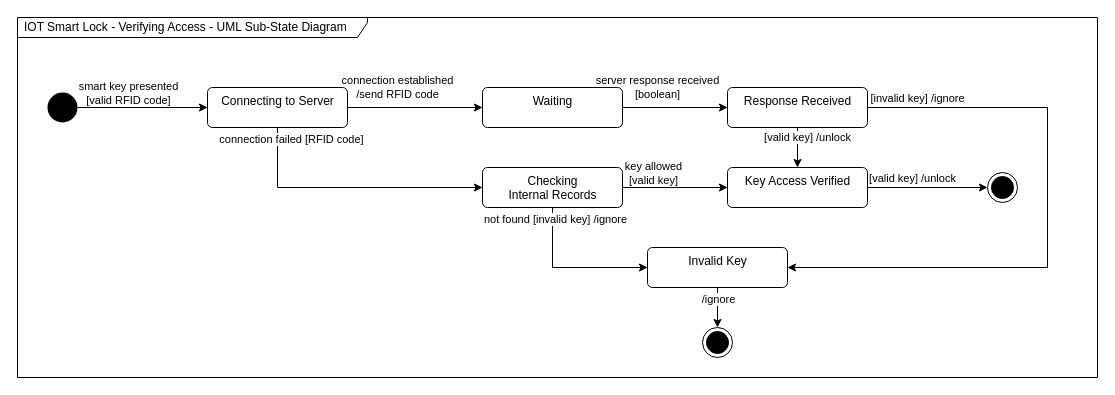
The draw.io diagram page "Verifying Access" (3 of 4) of docs/diagrams/state-machine-diagram-storage-unit.drawio in Nguyen-Van-Gia-Binh/Self-Storage-Facility-Rental-and-Management-System, before the edit. Source tidied: cells renumbered, new cells numbered last; positions are measured from the earlier drawing's top-left corner, leaving out a move shared by most shapes. Both pictures are drawn from the tidied source at 100%, with x=0, y=0 at pixel (17, 17).
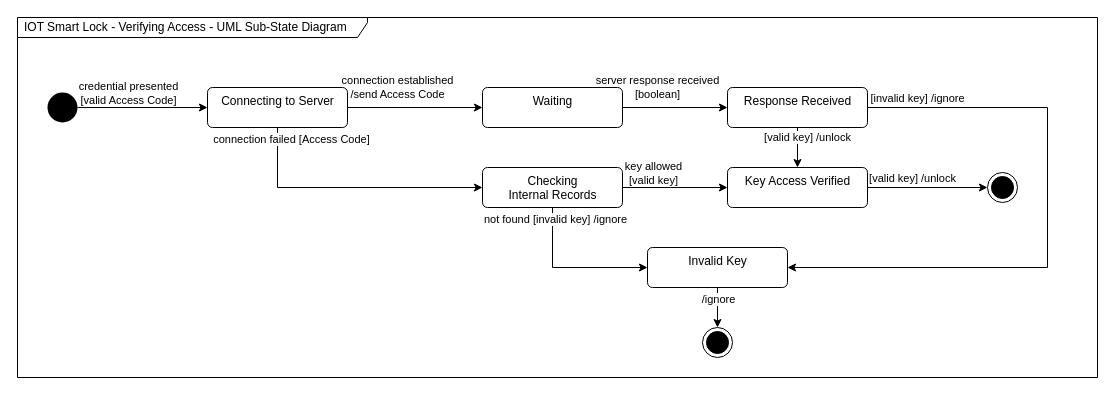
The same page after the edit.

The change refers to these unchanged cells:
```xml
<mxCell id="5" style="edgeStyle=orthogonalEdgeStyle;rounded=0;jettySize=auto;html=1;" parent="1" edge="1" source="7" target="20">
  <mxGeometry relative="1" as="geometry">
    <Array as="points">
      <mxPoint x="260" y="170" />
    </Array>
  </mxGeometry>
</mxCell>
<mxCell id="7" value="Connecting to Server" style="html=1;align=center;verticalAlign=top;rounded=1;absoluteArcSize=1;arcSize=10;dashed=0;" parent="1" vertex="1">
  <mxGeometry x="190" y="70" width="140" height="40" as="geometry" />
</mxCell>
<mxCell id="8" style="edgeStyle=orthogonalEdgeStyle;rounded=0;jettySize=auto;html=1;" parent="1" edge="1" source="3" target="7">
  <mxGeometry relative="1" as="geometry">
    <Array as="points">
      <mxPoint x="220" y="90" />
      <mxPoint x="220" y="90" />
    </Array>
  </mxGeometry>
</mxCell>
<mxCell id="11" value="Waiting" style="html=1;align=center;verticalAlign=top;rounded=1;absoluteArcSize=1;arcSize=10;dashed=0;" parent="1" vertex="1">
  <mxGeometry x="465" y="70" width="140" height="40" as="geometry" />
</mxCell>
```

What changed in the source:
```diff
@@
-    <mxCell id="4" value="connection established &lt;br&gt;/send RFID code" style="edgeStyle=orthogonalEdgeStyle;rounded=0;jettySize=auto;html=1;" parent="1" edge="1" source="7" target="11">
+    <mxCell id="4" value="connection established &lt;br&gt;/send Access Code" style="edgeStyle=orthogonalEdgeStyle;rounded=0;jettySize=auto;html=1;" parent="1" edge="1" source="7" target="11">
       <mxGeometry x="-0.26" y="20" relative="1" as="geometry" />
     </mxCell>
@@
-    <mxCell id="6" value="connection failed [RFID code]" style="edgeLabel;html=1;align=center;verticalAlign=middle;" parent="5" vertex="1">
+    <mxCell id="6" value="connection failed [Access Code]" style="edgeLabel;html=1;align=center;verticalAlign=middle;" parent="5" vertex="1">
       <mxGeometry x="-0.45" relative="1" as="geometry">
         <mxPoint y="-49" as="offset" />
       </mxGeometry>
     </mxCell>
@@
-    <mxCell id="9" value="smart key presented &lt;br&gt;[valid RFID code]" style="edgeLabel;html=1;align=center;verticalAlign=middle;" parent="8" vertex="1">
+    <mxCell id="9" value="credential presented &lt;br&gt;[valid Access Code]" style="edgeLabel;html=1;align=center;verticalAlign=middle;" parent="8" vertex="1">
       <mxGeometry x="-0.68" y="1" relative="1" as="geometry">
         <mxPoint x="29" y="-14" as="offset" />
       </mxGeometry>
     </mxCell>
```
